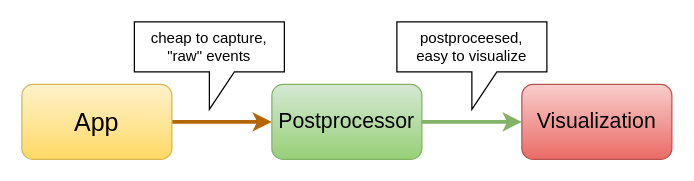
Earlier version of the draw.io diagram diagrams/app-postporcessr-visualiser.drawio (maciekgajewski/tracing-presentation). Source tidied: cells renumbered, new cells numbered last; positions are measured from the earlier drawing's top-left corner, leaving out a move shared by most shapes. Both pictures are drawn from the tidied source at 125%, with x=0, y=0 at pixel (21, 21).
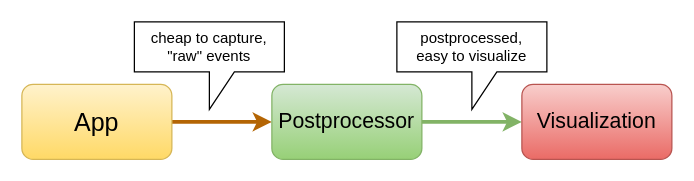
Above is the later version.

Diff of the diagram source:
```diff
@@
 <mxGraphModel>
   <root>
     <mxCell id="0" />
     <mxCell id="1" parent="0" />
     <mxCell id="2" style="edgeStyle=orthogonalEdgeStyle;rounded=0;jettySize=auto;html=1;fontSize=20;strokeWidth=3;fillColor=#fad7ac;strokeColor=#b46504;" parent="1" edge="1" source="3" target="5">
       <mxGeometry relative="1" as="geometry" />
     </mxCell>
     <mxCell id="3" value="App" style="rounded=1;whiteSpace=wrap;html=1;gradientColor=#ffd966;fillColor=#fff2cc;strokeColor=#d6b656;fontSize=20;" parent="1" vertex="1">
       <mxGeometry y="50" width="120" height="60" as="geometry" />
     </mxCell>
     <mxCell id="4" style="edgeStyle=orthogonalEdgeStyle;rounded=0;jettySize=auto;html=1;fontSize=20;strokeWidth=3;gradientColor=#97d077;fillColor=#d5e8d4;strokeColor=#82b366;" parent="1" edge="1" source="5" target="6">
       <mxGeometry relative="1" as="geometry" />
     </mxCell>
     <mxCell id="5" value="Postprocessor" style="rounded=1;whiteSpace=wrap;html=1;gradientColor=#97d077;fillColor=#d5e8d4;strokeColor=#82b366;fontSize=17;" parent="1" vertex="1">
       <mxGeometry x="200" y="50" width="120" height="60" as="geometry" />
     </mxCell>
     <mxCell id="6" value="Visualization" style="rounded=1;whiteSpace=wrap;html=1;fillColor=#f8cecc;strokeColor=#b85450;fontSize=17;gradientColor=#ea6b66;" parent="1" vertex="1">
       <mxGeometry x="400" y="50" width="120" height="60" as="geometry" />
     </mxCell>
     <mxCell id="7" value="cheap to capture, &quot;raw&quot; events" style="shape=callout;whiteSpace=wrap;html=1;perimeter=calloutPerimeter;" parent="1" vertex="1">
       <mxGeometry x="90" width="120" height="70" as="geometry" />
     </mxCell>
-    <mxCell id="8" value="postproceesed,&lt;br&gt;easy to visualize" style="shape=callout;whiteSpace=wrap;html=1;perimeter=calloutPerimeter;" parent="1" vertex="1">
+    <mxCell id="8" value="postprocessed,&lt;br&gt;easy to visualize" style="shape=callout;whiteSpace=wrap;html=1;perimeter=calloutPerimeter;" parent="1" vertex="1">
       <mxGeometry x="300" width="120" height="70" as="geometry" />
     </mxCell>
   </root>
 </mxGraphModel>
```
